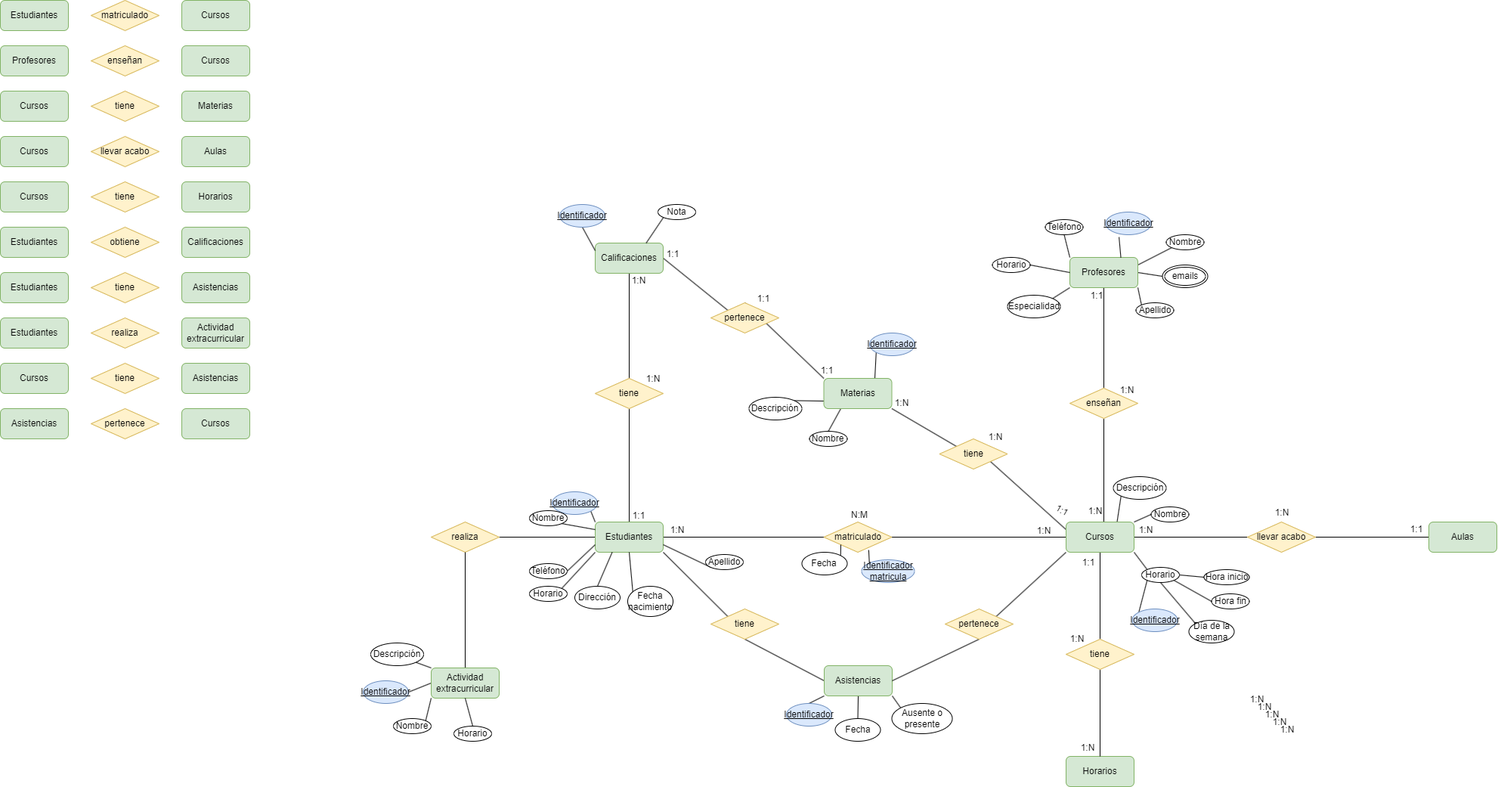
Above: Unidad-1/Tareas/Tareas-evaluables/Tarea-evaluable-1/Ejercicio-evaluable-1.drawio.png in LuisMGlez/base-datos (draw.io), before the change. Source tidied: cells renumbered, new cells last; positions are measured from the earlier drawing's top-left corner, leaving out a move shared by most shapes.
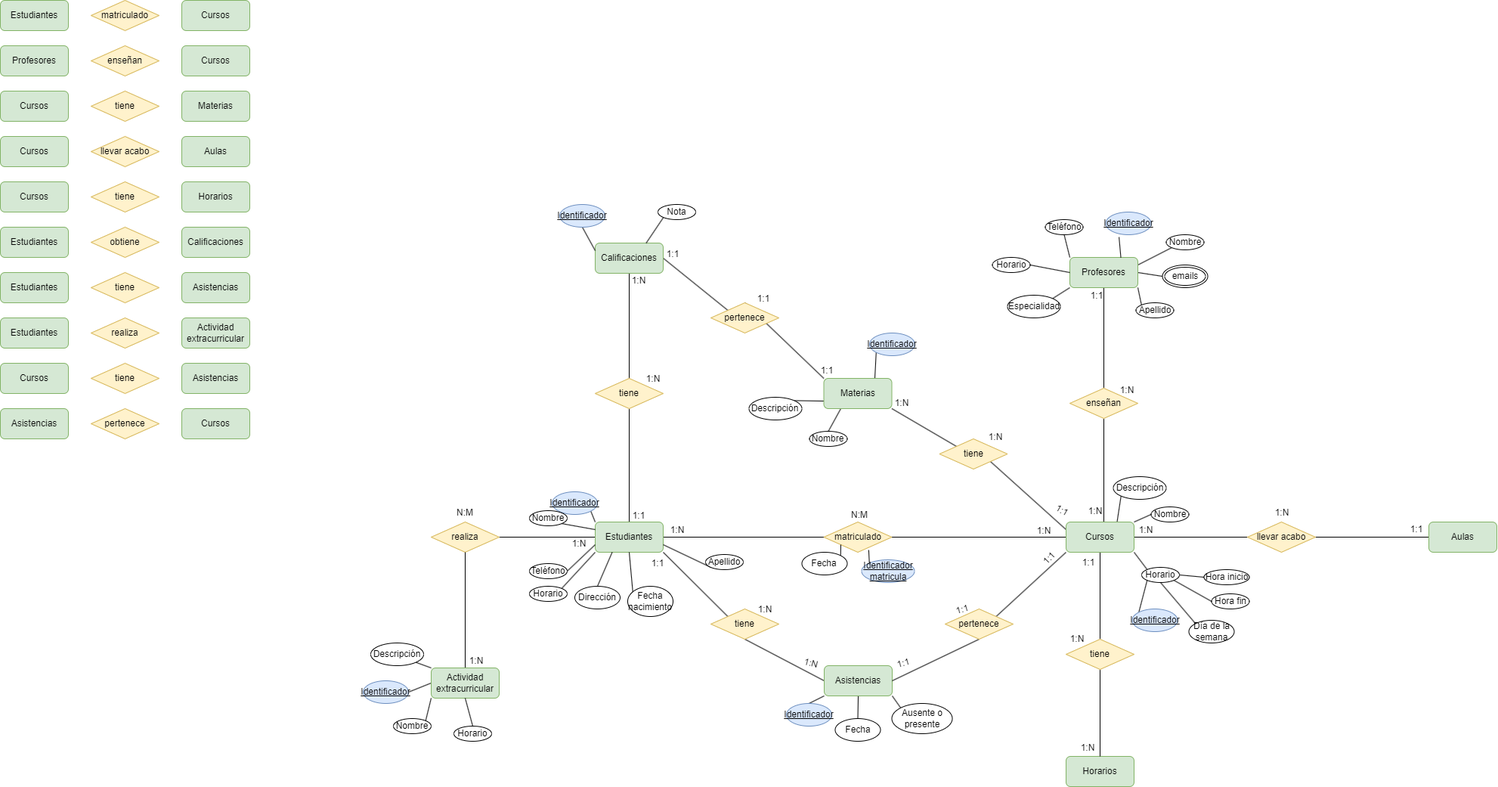
After the change.

Diff of the diagram source:
```diff
@@ -421,8 +421,8 @@
     <mxCell id="140" value="Fecha" style="ellipse;whiteSpace=wrap;html=1;" parent="1" vertex="1">
       <mxGeometry x="1104.5" y="950" width="60" height="30" as="geometry" />
     </mxCell>
-    <mxCell id="141" value="1:N" style="text;strokeColor=none;align=center;fillColor=none;html=1;verticalAlign=middle;whiteSpace=wrap;rounded=0;" parent="1" vertex="1">
-      <mxGeometry x="1632.5" y="910" width="60" height="30" as="geometry" />
+    <mxCell id="141" value="N:M" style="text;strokeColor=none;align=center;fillColor=none;html=1;verticalAlign=middle;whiteSpace=wrap;rounded=0;" parent="1" vertex="1">
+      <mxGeometry x="585" y="663" width="60" height="30" as="geometry" />
     </mxCell>
     <mxCell id="142" value="1:N" style="text;strokeColor=none;align=center;fillColor=none;html=1;verticalAlign=middle;whiteSpace=wrap;rounded=0;" parent="1" vertex="1">
       <mxGeometry x="1666" y="663" width="60" height="30" as="geometry" />
@@ -461,7 +461,7 @@
       <mxGeometry x="1163" y="518" width="60" height="30" as="geometry" />
     </mxCell>
     <mxCell id="154" value="1:N" style="text;strokeColor=none;align=center;fillColor=none;html=1;verticalAlign=middle;whiteSpace=wrap;rounded=0;" parent="1" vertex="1">
-      <mxGeometry x="1642.5" y="920" width="60" height="30" as="geometry" />
+      <mxGeometry x="600" y="859" width="60" height="30" as="geometry" />
     </mxCell>
     <mxCell id="155" value="1:N" style="text;strokeColor=none;align=center;fillColor=none;html=1;verticalAlign=middle;whiteSpace=wrap;rounded=0;" parent="1" vertex="1">
       <mxGeometry x="1395" y="830" width="60" height="30" as="geometry" />
@@ -485,13 +485,13 @@
       <mxGeometry x="815" y="356" width="60" height="30" as="geometry" />
     </mxCell>
     <mxCell id="162" value="1:N" style="text;strokeColor=none;align=center;fillColor=none;html=1;verticalAlign=middle;whiteSpace=wrap;rounded=0;" parent="1" vertex="1">
-      <mxGeometry x="1652.5" y="930" width="60" height="30" as="geometry" />
+      <mxGeometry x="982" y="791" width="60" height="30" as="geometry" />
     </mxCell>
-    <mxCell id="163" value="1:N" style="text;strokeColor=none;align=center;fillColor=none;html=1;verticalAlign=middle;whiteSpace=wrap;rounded=0;" parent="1" vertex="1">
-      <mxGeometry x="1662.5" y="940" width="60" height="30" as="geometry" />
+    <mxCell id="163" value="1:1" style="text;strokeColor=none;align=center;fillColor=none;html=1;verticalAlign=middle;whiteSpace=wrap;rounded=0;rotation=-15;" parent="1" vertex="1">
+      <mxGeometry x="1164.5" y="862" width="60" height="30" as="geometry" />
     </mxCell>
-    <mxCell id="164" value="1:N" style="text;strokeColor=none;align=center;fillColor=none;html=1;verticalAlign=middle;whiteSpace=wrap;rounded=0;" parent="1" vertex="1">
-      <mxGeometry x="1672.5" y="950" width="60" height="30" as="geometry" />
+    <mxCell id="164" value="1:N" style="text;strokeColor=none;align=center;fillColor=none;html=1;verticalAlign=middle;whiteSpace=wrap;rounded=0;rotation=15;" parent="1" vertex="1">
+      <mxGeometry x="1043" y="862" width="60" height="30" as="geometry" />
     </mxCell>
     <mxCell id="165" value="1:1" style="text;strokeColor=none;align=center;fillColor=none;html=1;verticalAlign=middle;whiteSpace=wrap;rounded=0;" parent="1" vertex="1">
       <mxGeometry x="860" y="321" width="60" height="30" as="geometry" />
@@ -499,5 +499,17 @@
     <mxCell id="166" value="1:1" style="text;strokeColor=none;align=center;fillColor=none;html=1;verticalAlign=middle;whiteSpace=wrap;rounded=0;" parent="1" vertex="1">
       <mxGeometry x="980" y="380" width="60" height="30" as="geometry" />
     </mxCell>
+    <mxCell id="167" value="1:1" style="text;strokeColor=none;align=center;fillColor=none;html=1;verticalAlign=middle;whiteSpace=wrap;rounded=0;rotation=-45;" parent="1" vertex="1">
+      <mxGeometry x="1358" y="723" width="60" height="30" as="geometry" />
+    </mxCell>
+    <mxCell id="168" value="1:1" style="text;strokeColor=none;align=center;fillColor=none;html=1;verticalAlign=middle;whiteSpace=wrap;rounded=0;" parent="1" vertex="1">
+      <mxGeometry x="840" y="730" width="60" height="30" as="geometry" />
+    </mxCell>
+    <mxCell id="169" value="1:1" style="text;strokeColor=none;align=center;fillColor=none;html=1;verticalAlign=middle;whiteSpace=wrap;rounded=0;rotation=-15;" parent="1" vertex="1">
+      <mxGeometry x="1242.5" y="791" width="60" height="30" as="geometry" />
+    </mxCell>
+    <mxCell id="170" value="1:N" style="text;strokeColor=none;align=center;fillColor=none;html=1;verticalAlign=middle;whiteSpace=wrap;rounded=0;" parent="1" vertex="1">
+      <mxGeometry x="736" y="704" width="60" height="30" as="geometry" />
+    </mxCell>
   </root>
 </mxGraphModel>
```
